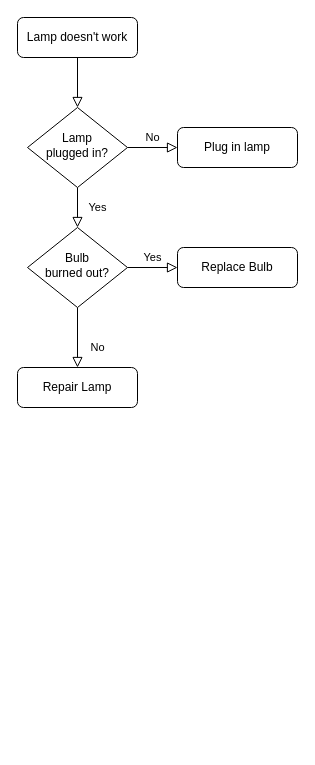
luxiao/drawio keeps this draw.io diagram as 文档指纹.drawio. Above is the earlier version. Source tidied: cells renumbered, new cells numbered last; positions are measured from the earlier drawing's top-left corner, leaving out a move shared by most shapes. Both pictures are drawn from the tidied source at 100%, with x=0, y=0 at pixel (17, 17).
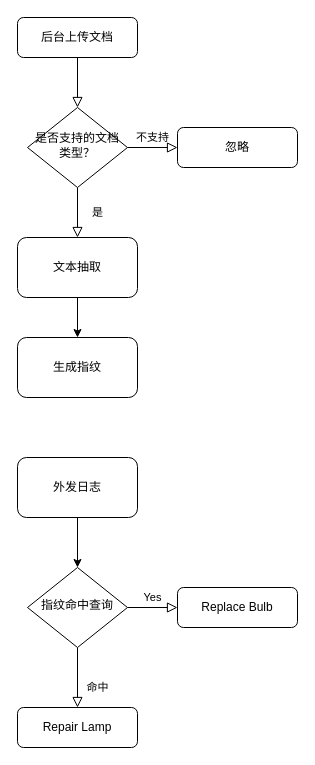
The same diagram, later.

Commit message:
更新文档指纹.drawio

The edit, as a diff of the source:
```diff
@@
 <mxGraphModel>
   <root>
     <mxCell id="0" />
     <mxCell id="1" parent="0" />
     <mxCell id="2" style="rounded=0;html=1;jettySize=auto;fontSize=11;endArrow=block;endFill=0;endSize=8;strokeWidth=1;shadow=0;labelBackgroundColor=none;edgeStyle=orthogonalEdgeStyle;" parent="1" edge="1" source="3" target="6">
       <mxGeometry relative="1" as="geometry" />
     </mxCell>
-    <mxCell id="3" value="Lamp doesn't work" style="rounded=1;whiteSpace=wrap;html=1;fontSize=12;glass=0;strokeWidth=1;shadow=0;" parent="1" vertex="1">
+    <mxCell id="3" value="后台上传文档" style="rounded=1;whiteSpace=wrap;html=1;fontSize=12;glass=0;strokeWidth=1;shadow=0;" parent="1" vertex="1">
       <mxGeometry width="120" height="40" as="geometry" />
     </mxCell>
-    <mxCell id="4" value="Yes" style="rounded=0;html=1;jettySize=auto;fontSize=11;endArrow=block;endFill=0;endSize=8;strokeWidth=1;shadow=0;labelBackgroundColor=none;edgeStyle=orthogonalEdgeStyle;" parent="1" edge="1" source="6" target="10">
+    <mxCell id="4" value="是" style="rounded=0;html=1;jettySize=auto;fontSize=11;endArrow=block;endFill=0;endSize=8;strokeWidth=1;shadow=0;labelBackgroundColor=none;edgeStyle=orthogonalEdgeStyle;entryX=0.5;entryY=0;entryDx=0;entryDy=0;" parent="1" edge="1" source="6" target="14">
       <mxGeometry y="20" relative="1" as="geometry" />
     </mxCell>
-    <mxCell id="5" value="No" style="edgeStyle=orthogonalEdgeStyle;rounded=0;html=1;jettySize=auto;fontSize=11;endArrow=block;endFill=0;endSize=8;strokeWidth=1;shadow=0;labelBackgroundColor=none;" parent="1" edge="1" source="6" target="7">
+    <mxCell id="5" value="不支持" style="edgeStyle=orthogonalEdgeStyle;rounded=0;html=1;jettySize=auto;fontSize=11;endArrow=block;endFill=0;endSize=8;strokeWidth=1;shadow=0;labelBackgroundColor=none;" parent="1" edge="1" source="6" target="7">
       <mxGeometry y="10" relative="1" as="geometry" />
     </mxCell>
-    <mxCell id="6" value="Lamp&lt;br&gt;plugged in?" style="rhombus;whiteSpace=wrap;html=1;shadow=0;fontFamily=Helvetica;fontSize=12;align=center;strokeWidth=1;spacing=6;spacingTop=-4;" parent="1" vertex="1">
+    <mxCell id="6" value="是否支持的文档类型？" style="rhombus;whiteSpace=wrap;html=1;shadow=0;fontFamily=Helvetica;fontSize=12;align=center;strokeWidth=1;spacing=6;spacingTop=-4;" parent="1" vertex="1">
       <mxGeometry x="10" y="90" width="100" height="80" as="geometry" />
     </mxCell>
-    <mxCell id="7" value="Plug in lamp" style="rounded=1;whiteSpace=wrap;html=1;fontSize=12;glass=0;strokeWidth=1;shadow=0;" parent="1" vertex="1">
+    <mxCell id="7" value="忽略" style="rounded=1;whiteSpace=wrap;html=1;fontSize=12;glass=0;strokeWidth=1;shadow=0;" parent="1" vertex="1">
       <mxGeometry x="160" y="110" width="120" height="40" as="geometry" />
     </mxCell>
-    <mxCell id="8" value="No" style="rounded=0;html=1;jettySize=auto;fontSize=11;endArrow=block;endFill=0;endSize=8;strokeWidth=1;shadow=0;labelBackgroundColor=none;edgeStyle=orthogonalEdgeStyle;" parent="1" edge="1" source="10" target="11">
+    <mxCell id="8" value="命中" style="rounded=0;html=1;jettySize=auto;fontSize=11;endArrow=block;endFill=0;endSize=8;strokeWidth=1;shadow=0;labelBackgroundColor=none;edgeStyle=orthogonalEdgeStyle;" parent="1" edge="1" source="10" target="11">
       <mxGeometry x="0.33" y="20" relative="1" as="geometry" />
     </mxCell>
     <mxCell id="9" value="Yes" style="edgeStyle=orthogonalEdgeStyle;rounded=0;html=1;jettySize=auto;fontSize=11;endArrow=block;endFill=0;endSize=8;strokeWidth=1;shadow=0;labelBackgroundColor=none;" parent="1" edge="1" source="10" target="12">
       <mxGeometry y="10" relative="1" as="geometry" />
     </mxCell>
-    <mxCell id="10" value="Bulb&lt;br&gt;burned out?" style="rhombus;whiteSpace=wrap;html=1;shadow=0;fontFamily=Helvetica;fontSize=12;align=center;strokeWidth=1;spacing=6;spacingTop=-4;" parent="1" vertex="1">
-      <mxGeometry x="10" y="210" width="100" height="80" as="geometry" />
+    <mxCell id="10" value="指纹命中查询" style="rhombus;whiteSpace=wrap;html=1;shadow=0;fontFamily=Helvetica;fontSize=12;align=center;strokeWidth=1;spacing=6;spacingTop=-4;" parent="1" vertex="1">
+      <mxGeometry x="10" y="550" width="100" height="80" as="geometry" />
     </mxCell>
     <mxCell id="11" value="Repair Lamp" style="rounded=1;whiteSpace=wrap;html=1;fontSize=12;glass=0;strokeWidth=1;shadow=0;" parent="1" vertex="1">
-      <mxGeometry y="350" width="120" height="40" as="geometry" />
+      <mxGeometry y="690" width="120" height="40" as="geometry" />
     </mxCell>
     <mxCell id="12" value="Replace Bulb" style="rounded=1;whiteSpace=wrap;html=1;fontSize=12;glass=0;strokeWidth=1;shadow=0;" parent="1" vertex="1">
-      <mxGeometry x="160" y="230" width="120" height="40" as="geometry" />
+      <mxGeometry x="160" y="570" width="120" height="40" as="geometry" />
     </mxCell>
+    <mxCell id="13" style="edgeStyle=orthogonalEdgeStyle;rounded=0;jettySize=auto;html=1;entryX=0.5;entryY=0;entryDx=0;entryDy=0;" parent="1" edge="1" source="14" target="15">
+      <mxGeometry relative="1" as="geometry" />
+    </mxCell>
+    <mxCell id="14" value="文本抽取" style="rounded=1;whiteSpace=wrap;html=1;" parent="1" vertex="1">
+      <mxGeometry y="220" width="120" height="60" as="geometry" />
+    </mxCell>
+    <mxCell id="15" value="生成指纹" style="rounded=1;whiteSpace=wrap;html=1;" parent="1" vertex="1">
+      <mxGeometry y="320" width="120" height="60" as="geometry" />
+    </mxCell>
+    <mxCell id="16" style="edgeStyle=orthogonalEdgeStyle;rounded=0;jettySize=auto;html=1;" parent="1" edge="1" source="17" target="10">
+      <mxGeometry relative="1" as="geometry" />
+    </mxCell>
+    <mxCell id="17" value="外发日志" style="rounded=1;whiteSpace=wrap;html=1;" parent="1" vertex="1">
+      <mxGeometry y="440" width="120" height="60" as="geometry" />
+    </mxCell>
   </root>
 </mxGraphModel>
```
